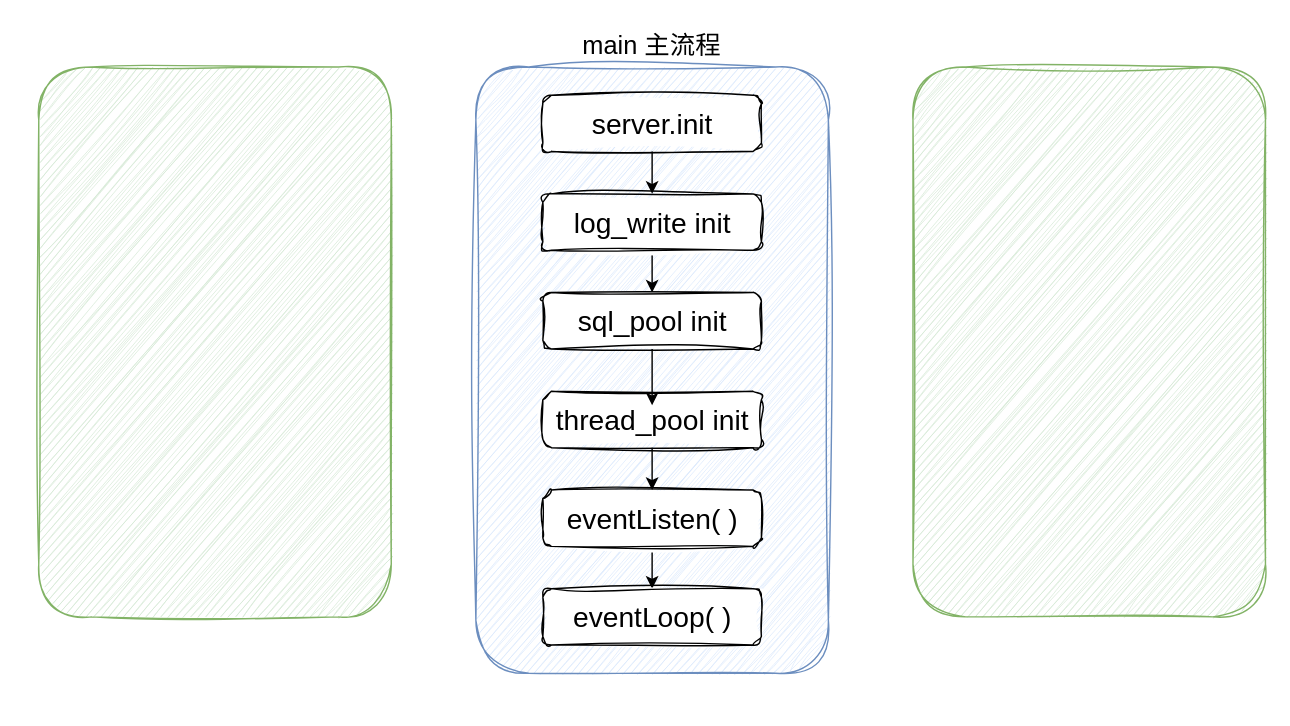
Earlier version of the draw.io diagram root/webserver.drawio (DUTRB/Mini-Webserver-Cpp). Source tidied: cells renumbered, new cells numbered last; positions are measured from the earlier drawing's top-left corner, leaving out a move shared by most shapes. Both pictures are drawn from the tidied source at 141%, with x=0, y=0 at pixel (38, 24).
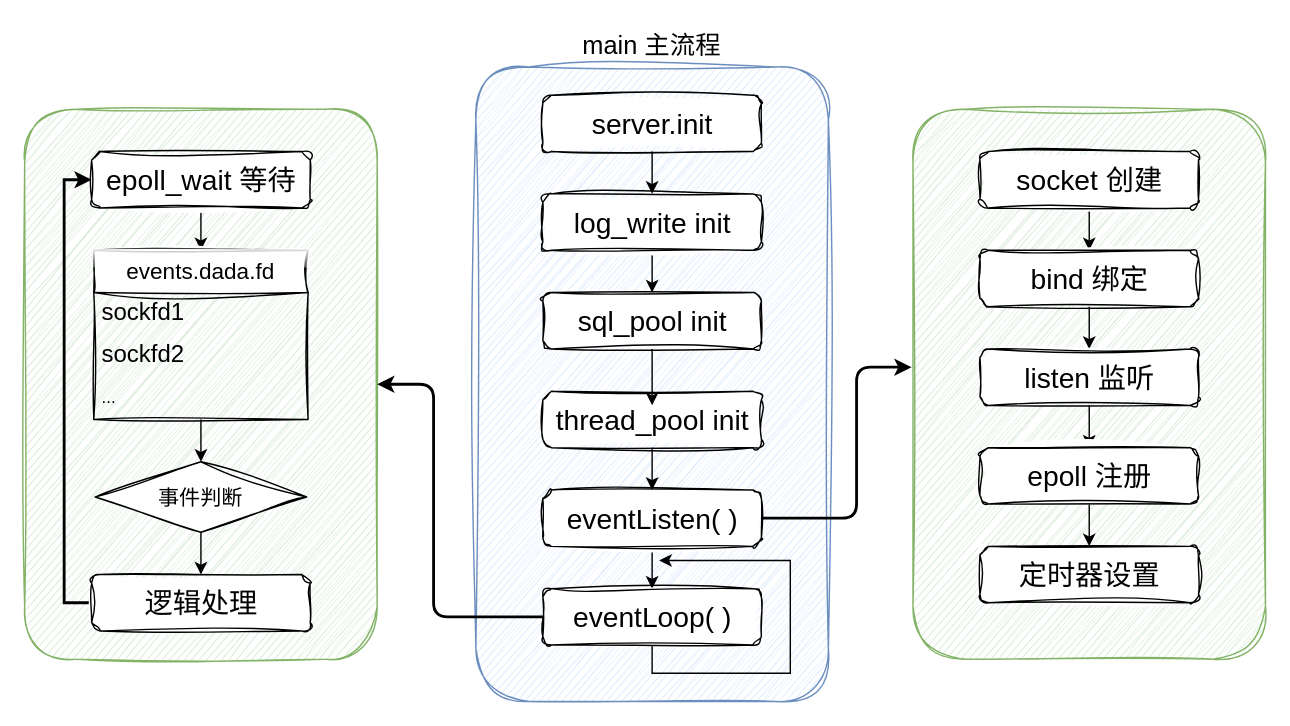
After the change.

Unchanged cells that the change refers to:
```xml
<mxCell id="14" value="&lt;font style=&quot;font-size: 20px;&quot;&gt;eventListen( )&lt;/font&gt;" style="rounded=1;whiteSpace=wrap;html=1;sketch=1;curveFitting=1;jiggle=2;" parent="1" vertex="1">
  <mxGeometry x="357.5" y="330" width="155" height="40" as="geometry" />
</mxCell>
<mxCell id="15" value="&lt;font style=&quot;font-size: 20px;&quot;&gt;eventLoop( )&lt;/font&gt;" style="rounded=1;whiteSpace=wrap;html=1;sketch=1;curveFitting=1;jiggle=2;" parent="1" vertex="1">
  <mxGeometry x="357.5" y="400" width="155" height="40" as="geometry" />
</mxCell>
```

What changed in the source:
```diff
@@
     <mxCell id="2" style="rounded=1;whiteSpace=wrap;html=1;fillColor=#dae8fc;strokeColor=#6c8ebf;sketch=1;curveFitting=1;jiggle=2;" parent="1" vertex="1">
-      <mxGeometry x="310" y="30" width="250" height="430" as="geometry" />
+      <mxGeometry x="310" y="30" width="250" height="450" as="geometry" />
     </mxCell>
@@
     <mxCell id="4" style="rounded=1;whiteSpace=wrap;html=1;fillColor=#d5e8d4;strokeColor=#82b366;sketch=1;curveFitting=1;jiggle=2;" parent="1" vertex="1">
-      <mxGeometry x="620" y="30" width="250" height="390" as="geometry" />
+      <mxGeometry x="620" y="60" width="250" height="390" as="geometry" />
     </mxCell>
     <mxCell id="5" style="rounded=1;whiteSpace=wrap;html=1;fillColor=#d5e8d4;strokeColor=#82b366;sketch=1;curveFitting=1;jiggle=2;" parent="1" vertex="1">
-      <mxGeometry y="30" width="250" height="390" as="geometry" />
+      <mxGeometry x="-10" y="60" width="250" height="390" as="geometry" />
     </mxCell>
@@
+    <mxCell id="17" style="edgeStyle=orthogonalEdgeStyle;rounded=1;jettySize=auto;html=1;curved=0;strokeWidth=2;" parent="1" edge="1" source="15" target="5">
+      <mxGeometry relative="1" as="geometry">
+        <Array as="points">
+          <mxPoint x="280" y="420" />
+          <mxPoint x="280" y="255" />
+        </Array>
+      </mxGeometry>
+    </mxCell>
@@
+    <mxCell id="18" style="edgeStyle=orthogonalEdgeStyle;rounded=1;jettySize=auto;html=1;entryX=-0.004;entryY=0.469;entryDx=0;entryDy=0;entryPerimeter=0;curved=0;strokeWidth=2;" parent="1" edge="1" source="14" target="4">
+      <mxGeometry relative="1" as="geometry">
+        <Array as="points">
+          <mxPoint x="580" y="350" />
+          <mxPoint x="580" y="243" />
+        </Array>
+      </mxGeometry>
+    </mxCell>
+    <mxCell id="19" style="edgeStyle=orthogonalEdgeStyle;rounded=0;jettySize=auto;html=1;" parent="1" edge="1" source="20" target="22">
+      <mxGeometry relative="1" as="geometry" />
+    </mxCell>
+    <mxCell id="20" value="&lt;font style=&quot;font-size: 20px;&quot;&gt;socket 创建&lt;/font&gt;" style="rounded=1;whiteSpace=wrap;html=1;sketch=1;curveFitting=1;jiggle=2;" parent="1" vertex="1">
+      <mxGeometry x="667.5" y="90" width="155" height="40" as="geometry" />
+    </mxCell>
+    <mxCell id="21" style="edgeStyle=orthogonalEdgeStyle;rounded=0;jettySize=auto;html=1;entryX=0.5;entryY=0;entryDx=0;entryDy=0;" parent="1" edge="1" source="22" target="24">
+      <mxGeometry relative="1" as="geometry" />
+    </mxCell>
+    <mxCell id="22" value="&lt;font style=&quot;font-size: 20px;&quot;&gt;bind 绑定&lt;/font&gt;" style="rounded=1;whiteSpace=wrap;html=1;sketch=1;curveFitting=1;jiggle=2;" parent="1" vertex="1">
+      <mxGeometry x="667.5" y="160" width="155" height="40" as="geometry" />
+    </mxCell>
+    <mxCell id="23" style="edgeStyle=orthogonalEdgeStyle;rounded=0;jettySize=auto;html=1;entryX=0.5;entryY=0;entryDx=0;entryDy=0;" parent="1" edge="1" source="24" target="26">
+      <mxGeometry relative="1" as="geometry" />
+    </mxCell>
+    <mxCell id="24" value="&lt;font style=&quot;font-size: 20px;&quot;&gt;listen 监听&lt;/font&gt;" style="rounded=1;whiteSpace=wrap;html=1;sketch=1;curveFitting=1;jiggle=2;" parent="1" vertex="1">
+      <mxGeometry x="667.5" y="230" width="155" height="40" as="geometry" />
+    </mxCell>
+    <mxCell id="25" style="edgeStyle=orthogonalEdgeStyle;rounded=0;jettySize=auto;html=1;entryX=0.5;entryY=0;entryDx=0;entryDy=0;" parent="1" edge="1" source="26" target="27">
+      <mxGeometry relative="1" as="geometry" />
+    </mxCell>
+    <mxCell id="26" value="&lt;font style=&quot;font-size: 20px;&quot;&gt;epoll 注册&lt;/font&gt;" style="rounded=1;whiteSpace=wrap;html=1;sketch=1;curveFitting=1;jiggle=2;" parent="1" vertex="1">
+      <mxGeometry x="667.5" y="300" width="155" height="40" as="geometry" />
+    </mxCell>
+    <mxCell id="27" value="&lt;span style=&quot;font-size: 20px;&quot;&gt;定时器设置&lt;/span&gt;" style="rounded=1;whiteSpace=wrap;html=1;sketch=1;curveFitting=1;jiggle=2;" parent="1" vertex="1">
+      <mxGeometry x="667.5" y="370" width="155" height="40" as="geometry" />
+    </mxCell>
+    <mxCell id="28" style="edgeStyle=orthogonalEdgeStyle;rounded=0;jettySize=auto;html=1;entryX=0.5;entryY=0;entryDx=0;entryDy=0;" parent="1" edge="1" source="29" target="31">
+      <mxGeometry relative="1" as="geometry" />
+    </mxCell>
+    <mxCell id="29" value="&lt;font style=&quot;font-size: 20px;&quot;&gt;epoll_wait 等待&lt;/font&gt;" style="rounded=1;whiteSpace=wrap;html=1;sketch=1;curveFitting=1;jiggle=2;" parent="1" vertex="1">
+      <mxGeometry x="37.5" y="90" width="155" height="40" as="geometry" />
+    </mxCell>
+    <mxCell id="30" style="edgeStyle=orthogonalEdgeStyle;rounded=0;jettySize=auto;html=1;entryX=0.5;entryY=0;entryDx=0;entryDy=0;" parent="1" edge="1" source="31" target="36">
+      <mxGeometry relative="1" as="geometry" />
+    </mxCell>
+    <mxCell id="31" value="&lt;font style=&quot;font-size: 16px;&quot;&gt;events.dada.fd&lt;/font&gt;" style="swimlane;fontStyle=0;horizontal=1;startSize=30;whiteSpace=wrap;html=1;glass=1;sketch=1;curveFitting=1;jiggle=2;" parent="1" vertex="1">
+      <mxGeometry x="39" y="160" width="152" height="120" as="geometry" />
+    </mxCell>
+    <mxCell id="32" value="&lt;font style=&quot;font-size: 17px;&quot;&gt;sockfd1&lt;/font&gt;" style="text;strokeColor=none;fillColor=none;align=left;verticalAlign=middle;spacingLeft=4;spacingRight=4;overflow=hidden;whiteSpace=wrap;html=1;" parent="31" vertex="1">
+      <mxGeometry y="30" width="152" height="30" as="geometry" />
+    </mxCell>
+    <mxCell id="33" value="&lt;span style=&quot;font-size: 17px;&quot;&gt;sockfd2&lt;/span&gt;" style="text;strokeColor=none;fillColor=none;align=left;verticalAlign=middle;spacingLeft=4;spacingRight=4;overflow=hidden;whiteSpace=wrap;html=1;" parent="31" vertex="1">
+      <mxGeometry y="60" width="152" height="30" as="geometry" />
+    </mxCell>
+    <mxCell id="34" value="..." style="text;strokeColor=none;fillColor=none;align=left;verticalAlign=middle;spacingLeft=4;spacingRight=4;overflow=hidden;whiteSpace=wrap;html=1;" parent="31" vertex="1">
+      <mxGeometry y="90" width="152" height="30" as="geometry" />
+    </mxCell>
+    <mxCell id="35" style="edgeStyle=orthogonalEdgeStyle;rounded=0;jettySize=auto;html=1;entryX=0.5;entryY=0;entryDx=0;entryDy=0;" parent="1" edge="1" source="36" target="38">
+      <mxGeometry relative="1" as="geometry" />
+    </mxCell>
+    <mxCell id="36" value="&lt;font style=&quot;font-size: 15px;&quot;&gt;事件判断&lt;/font&gt;" style="rhombus;whiteSpace=wrap;html=1;sketch=1;curveFitting=1;jiggle=2;" parent="1" vertex="1">
+      <mxGeometry x="40" y="310" width="150" height="50" as="geometry" />
+    </mxCell>
+    <mxCell id="37" style="edgeStyle=orthogonalEdgeStyle;rounded=0;jettySize=auto;html=1;entryX=0;entryY=0.5;entryDx=0;entryDy=0;strokeWidth=2;" parent="1" edge="1" target="29">
+      <mxGeometry relative="1" as="geometry">
+        <mxPoint x="77.5" y="410" as="sourcePoint" />
+        <Array as="points">
+          <mxPoint x="18" y="410" />
+          <mxPoint x="18" y="110" />
+        </Array>
+      </mxGeometry>
+    </mxCell>
+    <mxCell id="38" value="&lt;font style=&quot;font-size: 20px;&quot;&gt;逻辑处理&lt;/font&gt;" style="rounded=1;whiteSpace=wrap;html=1;sketch=1;curveFitting=1;jiggle=2;" parent="1" vertex="1">
+      <mxGeometry x="37.5" y="390" width="155" height="40" as="geometry" />
+    </mxCell>
+    <mxCell id="39" style="edgeStyle=orthogonalEdgeStyle;rounded=0;jettySize=auto;html=1;exitX=0.5;exitY=1;exitDx=0;exitDy=0;" parent="1" edge="1" source="15">
+      <mxGeometry relative="1" as="geometry">
+        <mxPoint x="440" y="380" as="targetPoint" />
+        <Array as="points">
+          <mxPoint x="435" y="460" />
+          <mxPoint x="533" y="460" />
+          <mxPoint x="533" y="380" />
+        </Array>
+      </mxGeometry>
+    </mxCell>
```
